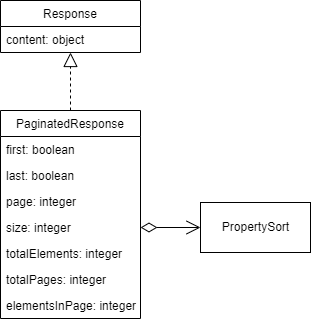
Bernardo-MG/development-docs-architecture keeps this draw.io diagram as .gitbook/assets/generic_response_model.drawio.png. Above is the earlier version. Source tidied: cells renumbered, new cells last; positions are measured from the earlier drawing's top-left corner, leaving out a move shared by most shapes.
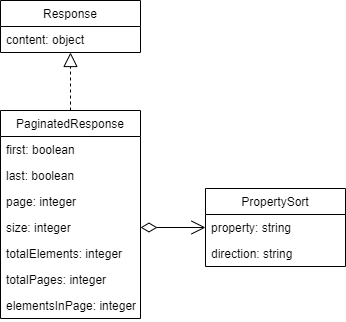
The same diagram one commit later.

Diff of the diagram source:
```diff
@@ -35,11 +35,17 @@
     <mxCell id="12" style="endArrow=block;dashed=1;endFill=0;endSize=12;html=1;rounded=0;exitX=0.5;exitY=0;exitDx=0;exitDy=0;entryX=0.5;entryY=1;entryDx=0;entryDy=0;" parent="1" edge="1" source="4" target="2">
       <mxGeometry relative="1" as="geometry" />
     </mxCell>
+    <mxCell id="14" style="endArrow=open;html=1;endSize=12;startArrow=diamondThin;startSize=14;startFill=0;edgeStyle=orthogonalEdgeStyle;align=left;verticalAlign=bottom;rounded=0;exitX=1;exitY=0.5;exitDx=0;exitDy=0;entryX=0;entryY=0.5;entryDx=0;entryDy=0;" parent="1" edge="1" source="8" target="13">
+      <mxGeometry x="-1" y="3" relative="1" as="geometry" />
+    </mxCell>
-    <mxCell id="13" value="PropertySort" style="html=1;" parent="1" vertex="1">
-      <mxGeometry x="200" y="202" width="110" height="50" as="geometry" />
+    <mxCell id="13" value="PropertySort" style="swimlane;fontStyle=0;horizontal=1;startSize=26;fillColor=none;" parent="1" vertex="1">
+      <mxGeometry x="205" y="188" width="140" height="78" as="geometry" />
     </mxCell>
-    <mxCell id="14" style="endArrow=open;html=1;endSize=12;startArrow=diamondThin;startSize=14;startFill=0;edgeStyle=orthogonalEdgeStyle;align=left;verticalAlign=bottom;rounded=0;exitX=1;exitY=0.5;exitDx=0;exitDy=0;entryX=0;entryY=0.5;entryDx=0;entryDy=0;" parent="1" edge="1" source="8" target="13">
-      <mxGeometry x="-1" y="3" relative="1" as="geometry" />
-    </mxCell>
+    <mxCell id="15" value="property: string&#10;" style="text;strokeColor=none;fillColor=none;align=left;verticalAlign=top;spacingLeft=4;spacingRight=4;overflow=hidden;" parent="13" vertex="1">
+      <mxGeometry y="26" width="140" height="26" as="geometry" />
+    </mxCell>
+    <mxCell id="16" value="direction: string" style="text;strokeColor=none;fillColor=none;align=left;verticalAlign=top;spacingLeft=4;spacingRight=4;overflow=hidden;" parent="13" vertex="1">
+      <mxGeometry y="52" width="140" height="26" as="geometry" />
+    </mxCell>
   </root>
 </mxGraphModel>
```
